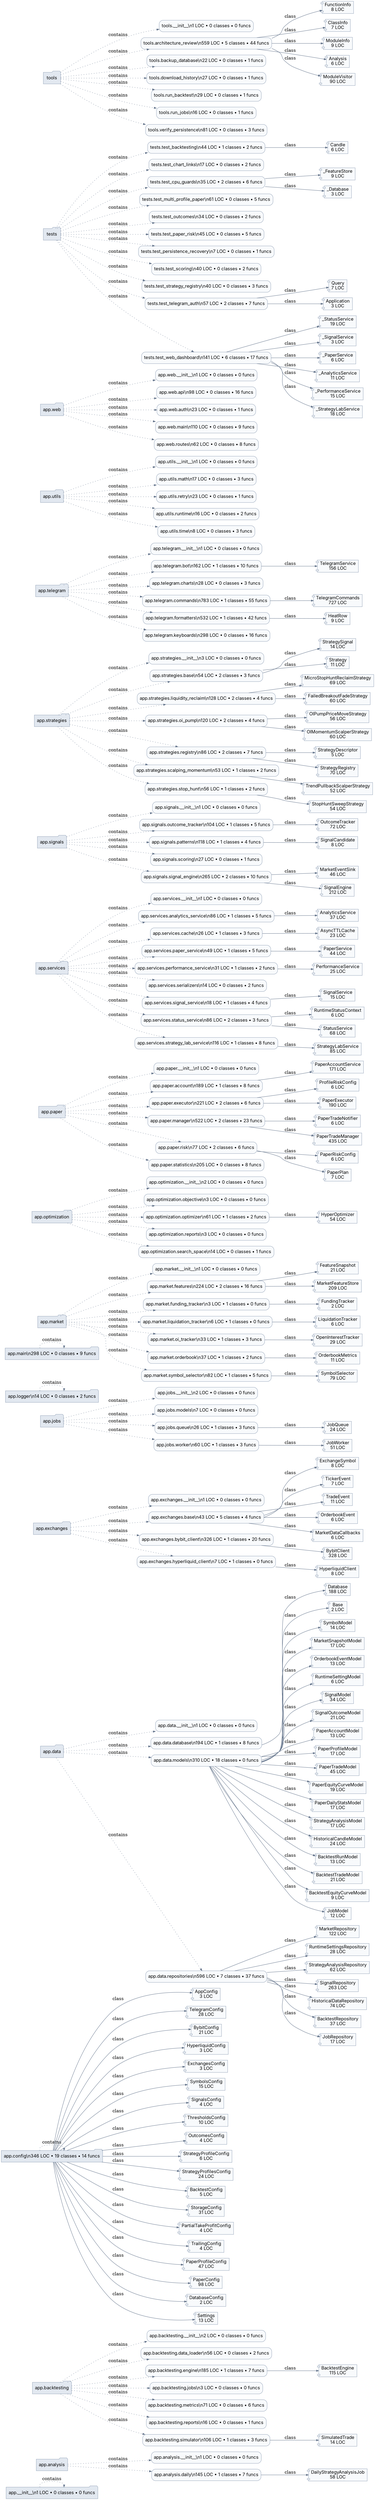
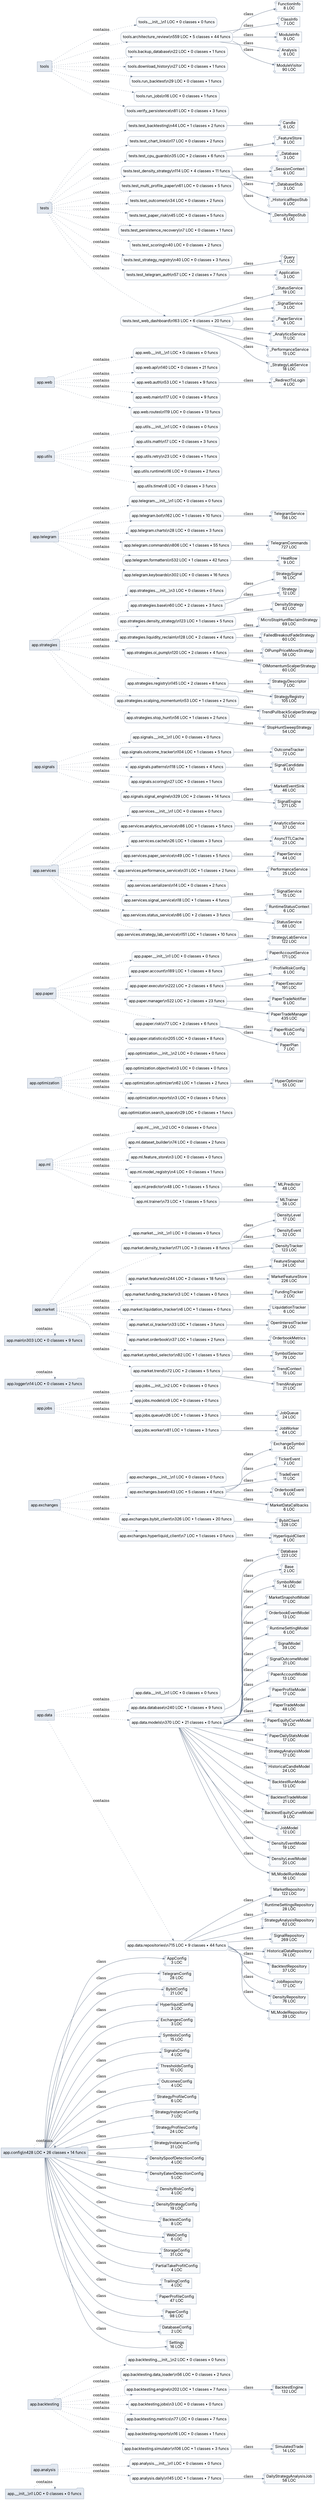
digraph architecture {
  graph [rankdir=LR, bgcolor="white", splines=true];
  node [shape=box, style="rounded,filled", fillcolor="#f8fafc", color="#94a3b8", fontname="Inter"];
  edge [color="#64748b", arrowsize=0.7];
  "app.__init__" [shape=folder, fillcolor="#e2e8f0"];
  "app.analysis" [shape=folder, fillcolor="#e2e8f0"];
  "app.backtesting" [shape=folder, fillcolor="#e2e8f0"];
  "app.config" [shape=folder, fillcolor="#e2e8f0"];
  "app.data" [shape=folder, fillcolor="#e2e8f0"];
  "app.exchanges" [shape=folder, fillcolor="#e2e8f0"];
  "app.jobs" [shape=folder, fillcolor="#e2e8f0"];
  "app.logger" [shape=folder, fillcolor="#e2e8f0"];
  "app.main" [shape=folder, fillcolor="#e2e8f0"];
  "app.market" [shape=folder, fillcolor="#e2e8f0"];
+   "app.ml" [shape=folder, fillcolor="#e2e8f0"];
  "app.optimization" [shape=folder, fillcolor="#e2e8f0"];
  "app.paper" [shape=folder, fillcolor="#e2e8f0"];
  "app.services" [shape=folder, fillcolor="#e2e8f0"];
  "app.signals" [shape=folder, fillcolor="#e2e8f0"];
  "app.strategies" [shape=folder, fillcolor="#e2e8f0"];
  "app.telegram" [shape=folder, fillcolor="#e2e8f0"];
  "app.utils" [shape=folder, fillcolor="#e2e8f0"];
  "app.web" [shape=folder, fillcolor="#e2e8f0"];
  "tests" [shape=folder, fillcolor="#e2e8f0"];
  "tools" [shape=folder, fillcolor="#e2e8f0"];
  "app.__init__" [label="app.__init__\\n1 LOC • 0 classes • 0 funcs"];
  "app.__init__" -> "app.__init__" [style=dotted, label="contains"];
  "app.analysis.__init__" [label="app.analysis.__init__\\n1 LOC • 0 classes • 0 funcs"];
  "app.analysis" -> "app.analysis.__init__" [style=dotted, label="contains"];
  "app.analysis.daily" [label="app.analysis.daily\\n145 LOC • 1 classes • 7 funcs"];
  "app.analysis" -> "app.analysis.daily" [style=dotted, label="contains"];
  "app.analysis.daily.DailyStrategyAnalysisJob" [shape=component, label="DailyStrategyAnalysisJob\n58 LOC"];
  "app.analysis.daily" -> "app.analysis.daily.DailyStrategyAnalysisJob" [label="class"];
  "app.backtesting.__init__" [label="app.backtesting.__init__\\n2 LOC • 0 classes • 0 funcs"];
  "app.backtesting" -> "app.backtesting.__init__" [style=dotted, label="contains"];
  "app.backtesting.data_loader" [label="app.backtesting.data_loader\\n56 LOC • 0 classes • 2 funcs"];
  "app.backtesting" -> "app.backtesting.data_loader" [style=dotted, label="contains"];
-   "app.backtesting.engine" [label="app.backtesting.engine\\n185 LOC • 1 classes • 7 funcs"];
+   "app.backtesting.engine" [label="app.backtesting.engine\\n202 LOC • 1 classes • 7 funcs"];
  "app.backtesting" -> "app.backtesting.engine" [style=dotted, label="contains"];
-   "app.backtesting.engine.BacktestEngine" [shape=component, label="BacktestEngine\n115 LOC"];
+   "app.backtesting.engine.BacktestEngine" [shape=component, label="BacktestEngine\n132 LOC"];
  "app.backtesting.engine" -> "app.backtesting.engine.BacktestEngine" [label="class"];
  "app.backtesting.jobs" [label="app.backtesting.jobs\\n3 LOC • 0 classes • 0 funcs"];
  "app.backtesting" -> "app.backtesting.jobs" [style=dotted, label="contains"];
-   "app.backtesting.metrics" [label="app.backtesting.metrics\\n71 LOC • 0 classes • 6 funcs"];
+   "app.backtesting.metrics" [label="app.backtesting.metrics\\n77 LOC • 0 classes • 7 funcs"];
  "app.backtesting" -> "app.backtesting.metrics" [style=dotted, label="contains"];
  "app.backtesting.reports" [label="app.backtesting.reports\\n16 LOC • 0 classes • 1 funcs"];
  "app.backtesting" -> "app.backtesting.reports" [style=dotted, label="contains"];
  "app.backtesting.simulator" [label="app.backtesting.simulator\\n106 LOC • 1 classes • 3 funcs"];
  "app.backtesting" -> "app.backtesting.simulator" [style=dotted, label="contains"];
  "app.backtesting.simulator.SimulatedTrade" [shape=component, label="SimulatedTrade\n14 LOC"];
  "app.backtesting.simulator" -> "app.backtesting.simulator.SimulatedTrade" [label="class"];
-   "app.config" [label="app.config\\n346 LOC • 19 classes • 14 funcs"];
+   "app.config" [label="app.config\\n428 LOC • 26 classes • 14 funcs"];
  "app.config" -> "app.config" [style=dotted, label="contains"];
  "app.config.AppConfig" [shape=component, label="AppConfig\n3 LOC"];
  "app.config" -> "app.config.AppConfig" [label="class"];
  "app.config.TelegramConfig" [shape=component, label="TelegramConfig\n28 LOC"];
  "app.config" -> "app.config.TelegramConfig" [label="class"];
  "app.config.BybitConfig" [shape=component, label="BybitConfig\n21 LOC"];
  "app.config" -> "app.config.BybitConfig" [label="class"];
  "app.config.HyperliquidConfig" [shape=component, label="HyperliquidConfig\n3 LOC"];
  "app.config" -> "app.config.HyperliquidConfig" [label="class"];
  "app.config.ExchangesConfig" [shape=component, label="ExchangesConfig\n3 LOC"];
  "app.config" -> "app.config.ExchangesConfig" [label="class"];
  "app.config.SymbolsConfig" [shape=component, label="SymbolsConfig\n15 LOC"];
  "app.config" -> "app.config.SymbolsConfig" [label="class"];
  "app.config.SignalsConfig" [shape=component, label="SignalsConfig\n4 LOC"];
  "app.config" -> "app.config.SignalsConfig" [label="class"];
  "app.config.ThresholdsConfig" [shape=component, label="ThresholdsConfig\n10 LOC"];
  "app.config" -> "app.config.ThresholdsConfig" [label="class"];
  "app.config.OutcomesConfig" [shape=component, label="OutcomesConfig\n4 LOC"];
  "app.config" -> "app.config.OutcomesConfig" [label="class"];
  "app.config.StrategyProfileConfig" [shape=component, label="StrategyProfileConfig\n6 LOC"];
  "app.config" -> "app.config.StrategyProfileConfig" [label="class"];
+   "app.config.StrategyInstanceConfig" [shape=component, label="StrategyInstanceConfig\n7 LOC"];
+   "app.config" -> "app.config.StrategyInstanceConfig" [label="class"];
  "app.config.StrategyProfilesConfig" [shape=component, label="StrategyProfilesConfig\n24 LOC"];
  "app.config" -> "app.config.StrategyProfilesConfig" [label="class"];
-   "app.config.BacktestConfig" [shape=component, label="BacktestConfig\n5 LOC"];
+   "app.config.StrategyInstancesConfig" [shape=component, label="StrategyInstancesConfig\n31 LOC"];
+   "app.config" -> "app.config.StrategyInstancesConfig" [label="class"];
+   "app.config.DensitySpoofDetectionConfig" [shape=component, label="DensitySpoofDetectionConfig\n4 LOC"];
+   "app.config" -> "app.config.DensitySpoofDetectionConfig" [label="class"];
+   "app.config.DensityEatenDetectionConfig" [shape=component, label="DensityEatenDetectionConfig\n5 LOC"];
+   "app.config" -> "app.config.DensityEatenDetectionConfig" [label="class"];
+   "app.config.DensityRiskConfig" [shape=component, label="DensityRiskConfig\n4 LOC"];
+   "app.config" -> "app.config.DensityRiskConfig" [label="class"];
+   "app.config.DensityStrategyConfig" [shape=component, label="DensityStrategyConfig\n19 LOC"];
+   "app.config" -> "app.config.DensityStrategyConfig" [label="class"];
+   "app.config.BacktestConfig" [shape=component, label="BacktestConfig\n8 LOC"];
  "app.config" -> "app.config.BacktestConfig" [label="class"];
+   "app.config.WebConfig" [shape=component, label="WebConfig\n6 LOC"];
+   "app.config" -> "app.config.WebConfig" [label="class"];
  "app.config.StorageConfig" [shape=component, label="StorageConfig\n31 LOC"];
  "app.config" -> "app.config.StorageConfig" [label="class"];
  "app.config.PartialTakeProfitConfig" [shape=component, label="PartialTakeProfitConfig\n4 LOC"];
  "app.config" -> "app.config.PartialTakeProfitConfig" [label="class"];
  "app.config.TrailingConfig" [shape=component, label="TrailingConfig\n4 LOC"];
  "app.config" -> "app.config.TrailingConfig" [label="class"];
  "app.config.PaperProfileConfig" [shape=component, label="PaperProfileConfig\n47 LOC"];
  "app.config" -> "app.config.PaperProfileConfig" [label="class"];
  "app.config.PaperConfig" [shape=component, label="PaperConfig\n98 LOC"];
  "app.config" -> "app.config.PaperConfig" [label="class"];
  "app.config.DatabaseConfig" [shape=component, label="DatabaseConfig\n2 LOC"];
  "app.config" -> "app.config.DatabaseConfig" [label="class"];
-   "app.config.Settings" [shape=component, label="Settings\n13 LOC"];
+   "app.config.Settings" [shape=component, label="Settings\n16 LOC"];
  "app.config" -> "app.config.Settings" [label="class"];
  "app.data.__init__" [label="app.data.__init__\\n1 LOC • 0 classes • 0 funcs"];
  "app.data" -> "app.data.__init__" [style=dotted, label="contains"];
-   "app.data.database" [label="app.data.database\\n194 LOC • 1 classes • 8 funcs"];
+   "app.data.database" [label="app.data.database\\n240 LOC • 1 classes • 9 funcs"];
  "app.data" -> "app.data.database" [style=dotted, label="contains"];
-   "app.data.database.Database" [shape=component, label="Database\n188 LOC"];
+   "app.data.database.Database" [shape=component, label="Database\n223 LOC"];
  "app.data.database" -> "app.data.database.Database" [label="class"];
-   "app.data.models" [label="app.data.models\\n310 LOC • 18 classes • 0 funcs"];
+   "app.data.models" [label="app.data.models\\n370 LOC • 21 classes • 0 funcs"];
  "app.data" -> "app.data.models" [style=dotted, label="contains"];
  "app.data.models.Base" [shape=component, label="Base\n2 LOC"];
  "app.data.models" -> "app.data.models.Base" [label="class"];
  "app.data.models.SymbolModel" [shape=component, label="SymbolModel\n14 LOC"];
  "app.data.models" -> "app.data.models.SymbolModel" [label="class"];
  "app.data.models.MarketSnapshotModel" [shape=component, label="MarketSnapshotModel\n17 LOC"];
  "app.data.models" -> "app.data.models.MarketSnapshotModel" [label="class"];
  "app.data.models.OrderbookEventModel" [shape=component, label="OrderbookEventModel\n13 LOC"];
  "app.data.models" -> "app.data.models.OrderbookEventModel" [label="class"];
  "app.data.models.RuntimeSettingModel" [shape=component, label="RuntimeSettingModel\n6 LOC"];
  "app.data.models" -> "app.data.models.RuntimeSettingModel" [label="class"];
-   "app.data.models.SignalModel" [shape=component, label="SignalModel\n34 LOC"];
+   "app.data.models.SignalModel" [shape=component, label="SignalModel\n39 LOC"];
  "app.data.models" -> "app.data.models.SignalModel" [label="class"];
  "app.data.models.SignalOutcomeModel" [shape=component, label="SignalOutcomeModel\n21 LOC"];
  "app.data.models" -> "app.data.models.SignalOutcomeModel" [label="class"];
  "app.data.models.PaperAccountModel" [shape=component, label="PaperAccountModel\n13 LOC"];
  "app.data.models" -> "app.data.models.PaperAccountModel" [label="class"];
  "app.data.models.PaperProfileModel" [shape=component, label="PaperProfileModel\n17 LOC"];
  "app.data.models" -> "app.data.models.PaperProfileModel" [label="class"];
-   "app.data.models.PaperTradeModel" [shape=component, label="PaperTradeModel\n45 LOC"];
+   "app.data.models.PaperTradeModel" [shape=component, label="PaperTradeModel\n48 LOC"];
  "app.data.models" -> "app.data.models.PaperTradeModel" [label="class"];
  "app.data.models.PaperEquityCurveModel" [shape=component, label="PaperEquityCurveModel\n19 LOC"];
  "app.data.models" -> "app.data.models.PaperEquityCurveModel" [label="class"];
  "app.data.models.PaperDailyStatsModel" [shape=component, label="PaperDailyStatsModel\n17 LOC"];
  "app.data.models" -> "app.data.models.PaperDailyStatsModel" [label="class"];
  "app.data.models.StrategyAnalysisModel" [shape=component, label="StrategyAnalysisModel\n17 LOC"];
  "app.data.models" -> "app.data.models.StrategyAnalysisModel" [label="class"];
  "app.data.models.HistoricalCandleModel" [shape=component, label="HistoricalCandleModel\n24 LOC"];
  "app.data.models" -> "app.data.models.HistoricalCandleModel" [label="class"];
  "app.data.models.BacktestRunModel" [shape=component, label="BacktestRunModel\n13 LOC"];
  "app.data.models" -> "app.data.models.BacktestRunModel" [label="class"];
  "app.data.models.BacktestTradeModel" [shape=component, label="BacktestTradeModel\n21 LOC"];
  "app.data.models" -> "app.data.models.BacktestTradeModel" [label="class"];
  "app.data.models.BacktestEquityCurveModel" [shape=component, label="BacktestEquityCurveModel\n9 LOC"];
  "app.data.models" -> "app.data.models.BacktestEquityCurveModel" [label="class"];
  "app.data.models.JobModel" [shape=component, label="JobModel\n12 LOC"];
  "app.data.models" -> "app.data.models.JobModel" [label="class"];
-   "app.data.repositories" [label="app.data.repositories\\n596 LOC • 7 classes • 37 funcs"];
+   "app.data.models.DensityEventModel" [shape=component, label="DensityEventModel\n19 LOC"];
+   "app.data.models" -> "app.data.models.DensityEventModel" [label="class"];
+   "app.data.models.DensityLevelModel" [shape=component, label="DensityLevelModel\n20 LOC"];
+   "app.data.models" -> "app.data.models.DensityLevelModel" [label="class"];
+   "app.data.models.MLModelRunModel" [shape=component, label="MLModelRunModel\n16 LOC"];
+   "app.data.models" -> "app.data.models.MLModelRunModel" [label="class"];
+   "app.data.repositories" [label="app.data.repositories\\n715 LOC • 9 classes • 44 funcs"];
  "app.data" -> "app.data.repositories" [style=dotted, label="contains"];
  "app.data.repositories.MarketRepository" [shape=component, label="MarketRepository\n122 LOC"];
  "app.data.repositories" -> "app.data.repositories.MarketRepository" [label="class"];
  "app.data.repositories.RuntimeSettingsRepository" [shape=component, label="RuntimeSettingsRepository\n28 LOC"];
  "app.data.repositories" -> "app.data.repositories.RuntimeSettingsRepository" [label="class"];
  "app.data.repositories.StrategyAnalysisRepository" [shape=component, label="StrategyAnalysisRepository\n62 LOC"];
  "app.data.repositories" -> "app.data.repositories.StrategyAnalysisRepository" [label="class"];
-   "app.data.repositories.SignalRepository" [shape=component, label="SignalRepository\n263 LOC"];
+   "app.data.repositories.SignalRepository" [shape=component, label="SignalRepository\n269 LOC"];
  "app.data.repositories" -> "app.data.repositories.SignalRepository" [label="class"];
  "app.data.repositories.HistoricalDataRepository" [shape=component, label="HistoricalDataRepository\n74 LOC"];
  "app.data.repositories" -> "app.data.repositories.HistoricalDataRepository" [label="class"];
  "app.data.repositories.BacktestRepository" [shape=component, label="BacktestRepository\n37 LOC"];
  "app.data.repositories" -> "app.data.repositories.BacktestRepository" [label="class"];
  "app.data.repositories.JobRepository" [shape=component, label="JobRepository\n17 LOC"];
  "app.data.repositories" -> "app.data.repositories.JobRepository" [label="class"];
+   "app.data.repositories.DensityRepository" [shape=component, label="DensityRepository\n76 LOC"];
+   "app.data.repositories" -> "app.data.repositories.DensityRepository" [label="class"];
+   "app.data.repositories.MLModelRepository" [shape=component, label="MLModelRepository\n39 LOC"];
+   "app.data.repositories" -> "app.data.repositories.MLModelRepository" [label="class"];
  "app.exchanges.__init__" [label="app.exchanges.__init__\\n1 LOC • 0 classes • 0 funcs"];
  "app.exchanges" -> "app.exchanges.__init__" [style=dotted, label="contains"];
  "app.exchanges.base" [label="app.exchanges.base\\n43 LOC • 5 classes • 4 funcs"];
  "app.exchanges" -> "app.exchanges.base" [style=dotted, label="contains"];
  "app.exchanges.base.ExchangeSymbol" [shape=component, label="ExchangeSymbol\n8 LOC"];
  "app.exchanges.base" -> "app.exchanges.base.ExchangeSymbol" [label="class"];
  "app.exchanges.base.TickerEvent" [shape=component, label="TickerEvent\n7 LOC"];
  "app.exchanges.base" -> "app.exchanges.base.TickerEvent" [label="class"];
  "app.exchanges.base.TradeEvent" [shape=component, label="TradeEvent\n11 LOC"];
  "app.exchanges.base" -> "app.exchanges.base.TradeEvent" [label="class"];
  "app.exchanges.base.OrderbookEvent" [shape=component, label="OrderbookEvent\n6 LOC"];
  "app.exchanges.base" -> "app.exchanges.base.OrderbookEvent" [label="class"];
  "app.exchanges.base.MarketDataCallbacks" [shape=component, label="MarketDataCallbacks\n6 LOC"];
  "app.exchanges.base" -> "app.exchanges.base.MarketDataCallbacks" [label="class"];
  "app.exchanges.bybit_client" [label="app.exchanges.bybit_client\\n326 LOC • 1 classes • 20 funcs"];
  "app.exchanges" -> "app.exchanges.bybit_client" [style=dotted, label="contains"];
  "app.exchanges.bybit_client.BybitClient" [shape=component, label="BybitClient\n328 LOC"];
  "app.exchanges.bybit_client" -> "app.exchanges.bybit_client.BybitClient" [label="class"];
  "app.exchanges.hyperliquid_client" [label="app.exchanges.hyperliquid_client\\n7 LOC • 1 classes • 0 funcs"];
  "app.exchanges" -> "app.exchanges.hyperliquid_client" [style=dotted, label="contains"];
  "app.exchanges.hyperliquid_client.HyperliquidClient" [shape=component, label="HyperliquidClient\n8 LOC"];
  "app.exchanges.hyperliquid_client" -> "app.exchanges.hyperliquid_client.HyperliquidClient" [label="class"];
  "app.jobs.__init__" [label="app.jobs.__init__\\n2 LOC • 0 classes • 0 funcs"];
  "app.jobs" -> "app.jobs.__init__" [style=dotted, label="contains"];
-   "app.jobs.models" [label="app.jobs.models\\n7 LOC • 0 classes • 0 funcs"];
+   "app.jobs.models" [label="app.jobs.models\\n9 LOC • 0 classes • 0 funcs"];
  "app.jobs" -> "app.jobs.models" [style=dotted, label="contains"];
  "app.jobs.queue" [label="app.jobs.queue\\n26 LOC • 1 classes • 3 funcs"];
  "app.jobs" -> "app.jobs.queue" [style=dotted, label="contains"];
  "app.jobs.queue.JobQueue" [shape=component, label="JobQueue\n24 LOC"];
  "app.jobs.queue" -> "app.jobs.queue.JobQueue" [label="class"];
-   "app.jobs.worker" [label="app.jobs.worker\\n60 LOC • 1 classes • 3 funcs"];
+   "app.jobs.worker" [label="app.jobs.worker\\n81 LOC • 1 classes • 3 funcs"];
  "app.jobs" -> "app.jobs.worker" [style=dotted, label="contains"];
-   "app.jobs.worker.JobWorker" [shape=component, label="JobWorker\n51 LOC"];
+   "app.jobs.worker.JobWorker" [shape=component, label="JobWorker\n64 LOC"];
  "app.jobs.worker" -> "app.jobs.worker.JobWorker" [label="class"];
  "app.logger" [label="app.logger\\n14 LOC • 0 classes • 2 funcs"];
  "app.logger" -> "app.logger" [style=dotted, label="contains"];
-   "app.main" [label="app.main\\n298 LOC • 0 classes • 9 funcs"];
+   "app.main" [label="app.main\\n303 LOC • 0 classes • 9 funcs"];
  "app.main" -> "app.main" [style=dotted, label="contains"];
  "app.market.__init__" [label="app.market.__init__\\n1 LOC • 0 classes • 0 funcs"];
  "app.market" -> "app.market.__init__" [style=dotted, label="contains"];
-   "app.market.features" [label="app.market.features\\n224 LOC • 2 classes • 16 funcs"];
+   "app.market.density_tracker" [label="app.market.density_tracker\\n171 LOC • 3 classes • 8 funcs"];
+   "app.market" -> "app.market.density_tracker" [style=dotted, label="contains"];
+   "app.market.density_tracker.DensityLevel" [shape=component, label="DensityLevel\n17 LOC"];
+   "app.market.density_tracker" -> "app.market.density_tracker.DensityLevel" [label="class"];
+   "app.market.density_tracker.DensityEvent" [shape=component, label="DensityEvent\n32 LOC"];
+   "app.market.density_tracker" -> "app.market.density_tracker.DensityEvent" [label="class"];
+   "app.market.density_tracker.DensityTracker" [shape=component, label="DensityTracker\n123 LOC"];
+   "app.market.density_tracker" -> "app.market.density_tracker.DensityTracker" [label="class"];
+   "app.market.features" [label="app.market.features\\n244 LOC • 2 classes • 18 funcs"];
  "app.market" -> "app.market.features" [style=dotted, label="contains"];
-   "app.market.features.FeatureSnapshot" [shape=component, label="FeatureSnapshot\n21 LOC"];
+   "app.market.features.FeatureSnapshot" [shape=component, label="FeatureSnapshot\n24 LOC"];
  "app.market.features" -> "app.market.features.FeatureSnapshot" [label="class"];
-   "app.market.features.MarketFeatureStore" [shape=component, label="MarketFeatureStore\n209 LOC"];
+   "app.market.features.MarketFeatureStore" [shape=component, label="MarketFeatureStore\n226 LOC"];
  "app.market.features" -> "app.market.features.MarketFeatureStore" [label="class"];
  "app.market.funding_tracker" [label="app.market.funding_tracker\\n3 LOC • 1 classes • 0 funcs"];
  "app.market" -> "app.market.funding_tracker" [style=dotted, label="contains"];
  "app.market.funding_tracker.FundingTracker" [shape=component, label="FundingTracker\n2 LOC"];
  "app.market.funding_tracker" -> "app.market.funding_tracker.FundingTracker" [label="class"];
  "app.market.liquidation_tracker" [label="app.market.liquidation_tracker\\n6 LOC • 1 classes • 0 funcs"];
  "app.market" -> "app.market.liquidation_tracker" [style=dotted, label="contains"];
  "app.market.liquidation_tracker.LiquidationTracker" [shape=component, label="LiquidationTracker\n6 LOC"];
  "app.market.liquidation_tracker" -> "app.market.liquidation_tracker.LiquidationTracker" [label="class"];
  "app.market.oi_tracker" [label="app.market.oi_tracker\\n33 LOC • 1 classes • 3 funcs"];
  "app.market" -> "app.market.oi_tracker" [style=dotted, label="contains"];
  "app.market.oi_tracker.OpenInterestTracker" [shape=component, label="OpenInterestTracker\n29 LOC"];
  "app.market.oi_tracker" -> "app.market.oi_tracker.OpenInterestTracker" [label="class"];
  "app.market.orderbook" [label="app.market.orderbook\\n37 LOC • 1 classes • 2 funcs"];
  "app.market" -> "app.market.orderbook" [style=dotted, label="contains"];
  "app.market.orderbook.OrderbookMetrics" [shape=component, label="OrderbookMetrics\n11 LOC"];
  "app.market.orderbook" -> "app.market.orderbook.OrderbookMetrics" [label="class"];
  "app.market.symbol_selector" [label="app.market.symbol_selector\\n82 LOC • 1 classes • 5 funcs"];
  "app.market" -> "app.market.symbol_selector" [style=dotted, label="contains"];
  "app.market.symbol_selector.SymbolSelector" [shape=component, label="SymbolSelector\n79 LOC"];
  "app.market.symbol_selector" -> "app.market.symbol_selector.SymbolSelector" [label="class"];
+   "app.market.trend" [label="app.market.trend\\n72 LOC • 2 classes • 5 funcs"];
+   "app.market" -> "app.market.trend" [style=dotted, label="contains"];
+   "app.market.trend.TrendContext" [shape=component, label="TrendContext\n15 LOC"];
+   "app.market.trend" -> "app.market.trend.TrendContext" [label="class"];
+   "app.market.trend.TrendAnalyzer" [shape=component, label="TrendAnalyzer\n21 LOC"];
+   "app.market.trend" -> "app.market.trend.TrendAnalyzer" [label="class"];
+   "app.ml.__init__" [label="app.ml.__init__\\n2 LOC • 0 classes • 0 funcs"];
+   "app.ml" -> "app.ml.__init__" [style=dotted, label="contains"];
+   "app.ml.dataset_builder" [label="app.ml.dataset_builder\\n74 LOC • 0 classes • 2 funcs"];
+   "app.ml" -> "app.ml.dataset_builder" [style=dotted, label="contains"];
+   "app.ml.feature_store" [label="app.ml.feature_store\\n3 LOC • 0 classes • 0 funcs"];
+   "app.ml" -> "app.ml.feature_store" [style=dotted, label="contains"];
+   "app.ml.model_registry" [label="app.ml.model_registry\\n4 LOC • 0 classes • 1 funcs"];
+   "app.ml" -> "app.ml.model_registry" [style=dotted, label="contains"];
+   "app.ml.predictor" [label="app.ml.predictor\\n48 LOC • 1 classes • 5 funcs"];
+   "app.ml" -> "app.ml.predictor" [style=dotted, label="contains"];
+   "app.ml.predictor.MLPredictor" [shape=component, label="MLPredictor\n48 LOC"];
+   "app.ml.predictor" -> "app.ml.predictor.MLPredictor" [label="class"];
+   "app.ml.trainer" [label="app.ml.trainer\\n73 LOC • 1 classes • 5 funcs"];
+   "app.ml" -> "app.ml.trainer" [style=dotted, label="contains"];
+   "app.ml.trainer.MLTrainer" [shape=component, label="MLTrainer\n36 LOC"];
+   "app.ml.trainer" -> "app.ml.trainer.MLTrainer" [label="class"];
  "app.optimization.__init__" [label="app.optimization.__init__\\n2 LOC • 0 classes • 0 funcs"];
  "app.optimization" -> "app.optimization.__init__" [style=dotted, label="contains"];
  "app.optimization.objective" [label="app.optimization.objective\\n3 LOC • 0 classes • 0 funcs"];
  "app.optimization" -> "app.optimization.objective" [style=dotted, label="contains"];
-   "app.optimization.optimizer" [label="app.optimization.optimizer\\n61 LOC • 1 classes • 2 funcs"];
+   "app.optimization.optimizer" [label="app.optimization.optimizer\\n62 LOC • 1 classes • 2 funcs"];
  "app.optimization" -> "app.optimization.optimizer" [style=dotted, label="contains"];
-   "app.optimization.optimizer.HyperOptimizer" [shape=component, label="HyperOptimizer\n54 LOC"];
+   "app.optimization.optimizer.HyperOptimizer" [shape=component, label="HyperOptimizer\n55 LOC"];
  "app.optimization.optimizer" -> "app.optimization.optimizer.HyperOptimizer" [label="class"];
  "app.optimization.reports" [label="app.optimization.reports\\n3 LOC • 0 classes • 0 funcs"];
  "app.optimization" -> "app.optimization.reports" [style=dotted, label="contains"];
-   "app.optimization.search_space" [label="app.optimization.search_space\\n14 LOC • 0 classes • 1 funcs"];
+   "app.optimization.search_space" [label="app.optimization.search_space\\n29 LOC • 0 classes • 1 funcs"];
  "app.optimization" -> "app.optimization.search_space" [style=dotted, label="contains"];
  "app.paper.__init__" [label="app.paper.__init__\\n1 LOC • 0 classes • 0 funcs"];
  "app.paper" -> "app.paper.__init__" [style=dotted, label="contains"];
  "app.paper.account" [label="app.paper.account\\n189 LOC • 1 classes • 8 funcs"];
  "app.paper" -> "app.paper.account" [style=dotted, label="contains"];
  "app.paper.account.PaperAccountService" [shape=component, label="PaperAccountService\n171 LOC"];
  "app.paper.account" -> "app.paper.account.PaperAccountService" [label="class"];
-   "app.paper.executor" [label="app.paper.executor\\n221 LOC • 2 classes • 6 funcs"];
+   "app.paper.executor" [label="app.paper.executor\\n222 LOC • 2 classes • 6 funcs"];
  "app.paper" -> "app.paper.executor" [style=dotted, label="contains"];
  "app.paper.executor.ProfileRiskConfig" [shape=component, label="ProfileRiskConfig\n6 LOC"];
  "app.paper.executor" -> "app.paper.executor.ProfileRiskConfig" [label="class"];
-   "app.paper.executor.PaperExecutor" [shape=component, label="PaperExecutor\n190 LOC"];
+   "app.paper.executor.PaperExecutor" [shape=component, label="PaperExecutor\n191 LOC"];
  "app.paper.executor" -> "app.paper.executor.PaperExecutor" [label="class"];
  "app.paper.manager" [label="app.paper.manager\\n522 LOC • 2 classes • 23 funcs"];
  "app.paper" -> "app.paper.manager" [style=dotted, label="contains"];
  "app.paper.manager.PaperTradeNotifier" [shape=component, label="PaperTradeNotifier\n6 LOC"];
  "app.paper.manager" -> "app.paper.manager.PaperTradeNotifier" [label="class"];
  "app.paper.manager.PaperTradeManager" [shape=component, label="PaperTradeManager\n435 LOC"];
  "app.paper.manager" -> "app.paper.manager.PaperTradeManager" [label="class"];
  "app.paper.risk" [label="app.paper.risk\\n77 LOC • 2 classes • 6 funcs"];
  "app.paper" -> "app.paper.risk" [style=dotted, label="contains"];
  "app.paper.risk.PaperRiskConfig" [shape=component, label="PaperRiskConfig\n6 LOC"];
  "app.paper.risk" -> "app.paper.risk.PaperRiskConfig" [label="class"];
  "app.paper.risk.PaperPlan" [shape=component, label="PaperPlan\n7 LOC"];
  "app.paper.risk" -> "app.paper.risk.PaperPlan" [label="class"];
  "app.paper.statistics" [label="app.paper.statistics\\n205 LOC • 0 classes • 8 funcs"];
  "app.paper" -> "app.paper.statistics" [style=dotted, label="contains"];
  "app.services.__init__" [label="app.services.__init__\\n1 LOC • 0 classes • 0 funcs"];
  "app.services" -> "app.services.__init__" [style=dotted, label="contains"];
  "app.services.analytics_service" [label="app.services.analytics_service\\n86 LOC • 1 classes • 5 funcs"];
  "app.services" -> "app.services.analytics_service" [style=dotted, label="contains"];
  "app.services.analytics_service.AnalyticsService" [shape=component, label="AnalyticsService\n37 LOC"];
  "app.services.analytics_service" -> "app.services.analytics_service.AnalyticsService" [label="class"];
  "app.services.cache" [label="app.services.cache\\n26 LOC • 1 classes • 3 funcs"];
  "app.services" -> "app.services.cache" [style=dotted, label="contains"];
  "app.services.cache.AsyncTTLCache" [shape=component, label="AsyncTTLCache\n23 LOC"];
  "app.services.cache" -> "app.services.cache.AsyncTTLCache" [label="class"];
  "app.services.paper_service" [label="app.services.paper_service\\n49 LOC • 1 classes • 5 funcs"];
  "app.services" -> "app.services.paper_service" [style=dotted, label="contains"];
  "app.services.paper_service.PaperService" [shape=component, label="PaperService\n44 LOC"];
  "app.services.paper_service" -> "app.services.paper_service.PaperService" [label="class"];
  "app.services.performance_service" [label="app.services.performance_service\\n31 LOC • 1 classes • 2 funcs"];
  "app.services" -> "app.services.performance_service" [style=dotted, label="contains"];
  "app.services.performance_service.PerformanceService" [shape=component, label="PerformanceService\n25 LOC"];
  "app.services.performance_service" -> "app.services.performance_service.PerformanceService" [label="class"];
  "app.services.serializers" [label="app.services.serializers\\n14 LOC • 0 classes • 2 funcs"];
  "app.services" -> "app.services.serializers" [style=dotted, label="contains"];
  "app.services.signal_service" [label="app.services.signal_service\\n18 LOC • 1 classes • 4 funcs"];
  "app.services" -> "app.services.signal_service" [style=dotted, label="contains"];
  "app.services.signal_service.SignalService" [shape=component, label="SignalService\n15 LOC"];
  "app.services.signal_service" -> "app.services.signal_service.SignalService" [label="class"];
  "app.services.status_service" [label="app.services.status_service\\n86 LOC • 2 classes • 3 funcs"];
  "app.services" -> "app.services.status_service" [style=dotted, label="contains"];
  "app.services.status_service.RuntimeStatusContext" [shape=component, label="RuntimeStatusContext\n6 LOC"];
  "app.services.status_service" -> "app.services.status_service.RuntimeStatusContext" [label="class"];
  "app.services.status_service.StatusService" [shape=component, label="StatusService\n68 LOC"];
  "app.services.status_service" -> "app.services.status_service.StatusService" [label="class"];
-   "app.services.strategy_lab_service" [label="app.services.strategy_lab_service\\n116 LOC • 1 classes • 8 funcs"];
+   "app.services.strategy_lab_service" [label="app.services.strategy_lab_service\\n151 LOC • 1 classes • 10 funcs"];
  "app.services" -> "app.services.strategy_lab_service" [style=dotted, label="contains"];
-   "app.services.strategy_lab_service.StrategyLabService" [shape=component, label="StrategyLabService\n85 LOC"];
+   "app.services.strategy_lab_service.StrategyLabService" [shape=component, label="StrategyLabService\n122 LOC"];
  "app.services.strategy_lab_service" -> "app.services.strategy_lab_service.StrategyLabService" [label="class"];
  "app.signals.__init__" [label="app.signals.__init__\\n1 LOC • 0 classes • 0 funcs"];
  "app.signals" -> "app.signals.__init__" [style=dotted, label="contains"];
  "app.signals.outcome_tracker" [label="app.signals.outcome_tracker\\n104 LOC • 1 classes • 5 funcs"];
  "app.signals" -> "app.signals.outcome_tracker" [style=dotted, label="contains"];
  "app.signals.outcome_tracker.OutcomeTracker" [shape=component, label="OutcomeTracker\n72 LOC"];
  "app.signals.outcome_tracker" -> "app.signals.outcome_tracker.OutcomeTracker" [label="class"];
  "app.signals.patterns" [label="app.signals.patterns\\n118 LOC • 1 classes • 4 funcs"];
  "app.signals" -> "app.signals.patterns" [style=dotted, label="contains"];
  "app.signals.patterns.SignalCandidate" [shape=component, label="SignalCandidate\n8 LOC"];
  "app.signals.patterns" -> "app.signals.patterns.SignalCandidate" [label="class"];
  "app.signals.scoring" [label="app.signals.scoring\\n27 LOC • 0 classes • 1 funcs"];
  "app.signals" -> "app.signals.scoring" [style=dotted, label="contains"];
-   "app.signals.signal_engine" [label="app.signals.signal_engine\\n265 LOC • 2 classes • 10 funcs"];
+   "app.signals.signal_engine" [label="app.signals.signal_engine\\n329 LOC • 2 classes • 14 funcs"];
  "app.signals" -> "app.signals.signal_engine" [style=dotted, label="contains"];
  "app.signals.signal_engine.MarketEventSink" [shape=component, label="MarketEventSink\n46 LOC"];
  "app.signals.signal_engine" -> "app.signals.signal_engine.MarketEventSink" [label="class"];
-   "app.signals.signal_engine.SignalEngine" [shape=component, label="SignalEngine\n212 LOC"];
+   "app.signals.signal_engine.SignalEngine" [shape=component, label="SignalEngine\n271 LOC"];
  "app.signals.signal_engine" -> "app.signals.signal_engine.SignalEngine" [label="class"];
  "app.strategies.__init__" [label="app.strategies.__init__\\n3 LOC • 0 classes • 0 funcs"];
  "app.strategies" -> "app.strategies.__init__" [style=dotted, label="contains"];
-   "app.strategies.base" [label="app.strategies.base\\n54 LOC • 2 classes • 3 funcs"];
+   "app.strategies.base" [label="app.strategies.base\\n60 LOC • 2 classes • 3 funcs"];
  "app.strategies" -> "app.strategies.base" [style=dotted, label="contains"];
-   "app.strategies.base.StrategySignal" [shape=component, label="StrategySignal\n14 LOC"];
+   "app.strategies.base.StrategySignal" [shape=component, label="StrategySignal\n16 LOC"];
  "app.strategies.base" -> "app.strategies.base.StrategySignal" [label="class"];
-   "app.strategies.base.Strategy" [shape=component, label="Strategy\n11 LOC"];
+   "app.strategies.base.Strategy" [shape=component, label="Strategy\n12 LOC"];
  "app.strategies.base" -> "app.strategies.base.Strategy" [label="class"];
+   "app.strategies.density_strategy" [label="app.strategies.density_strategy\\n123 LOC • 1 classes • 5 funcs"];
+   "app.strategies" -> "app.strategies.density_strategy" [style=dotted, label="contains"];
+   "app.strategies.density_strategy.DensityStrategy" [shape=component, label="DensityStrategy\n82 LOC"];
+   "app.strategies.density_strategy" -> "app.strategies.density_strategy.DensityStrategy" [label="class"];
  "app.strategies.liquidity_reclaim" [label="app.strategies.liquidity_reclaim\\n128 LOC • 2 classes • 4 funcs"];
  "app.strategies" -> "app.strategies.liquidity_reclaim" [style=dotted, label="contains"];
  "app.strategies.liquidity_reclaim.MicroStopHuntReclaimStrategy" [shape=component, label="MicroStopHuntReclaimStrategy\n69 LOC"];
  "app.strategies.liquidity_reclaim" -> "app.strategies.liquidity_reclaim.MicroStopHuntReclaimStrategy" [label="class"];
  "app.strategies.liquidity_reclaim.FailedBreakoutFadeStrategy" [shape=component, label="FailedBreakoutFadeStrategy\n60 LOC"];
  "app.strategies.liquidity_reclaim" -> "app.strategies.liquidity_reclaim.FailedBreakoutFadeStrategy" [label="class"];
  "app.strategies.oi_pump" [label="app.strategies.oi_pump\\n120 LOC • 2 classes • 4 funcs"];
  "app.strategies" -> "app.strategies.oi_pump" [style=dotted, label="contains"];
  "app.strategies.oi_pump.OIPumpPriceMoveStrategy" [shape=component, label="OIPumpPriceMoveStrategy\n56 LOC"];
  "app.strategies.oi_pump" -> "app.strategies.oi_pump.OIPumpPriceMoveStrategy" [label="class"];
  "app.strategies.oi_pump.OIMomentumScalperStrategy" [shape=component, label="OIMomentumScalperStrategy\n60 LOC"];
  "app.strategies.oi_pump" -> "app.strategies.oi_pump.OIMomentumScalperStrategy" [label="class"];
-   "app.strategies.registry" [label="app.strategies.registry\\n86 LOC • 2 classes • 7 funcs"];
+   "app.strategies.registry" [label="app.strategies.registry\\n145 LOC • 2 classes • 8 funcs"];
  "app.strategies" -> "app.strategies.registry" [style=dotted, label="contains"];
-   "app.strategies.registry.StrategyDescriptor" [shape=component, label="StrategyDescriptor\n5 LOC"];
+   "app.strategies.registry.StrategyDescriptor" [shape=component, label="StrategyDescriptor\n7 LOC"];
  "app.strategies.registry" -> "app.strategies.registry.StrategyDescriptor" [label="class"];
-   "app.strategies.registry.StrategyRegistry" [shape=component, label="StrategyRegistry\n70 LOC"];
+   "app.strategies.registry.StrategyRegistry" [shape=component, label="StrategyRegistry\n105 LOC"];
  "app.strategies.registry" -> "app.strategies.registry.StrategyRegistry" [label="class"];
  "app.strategies.scalping_momentum" [label="app.strategies.scalping_momentum\\n53 LOC • 1 classes • 2 funcs"];
  "app.strategies" -> "app.strategies.scalping_momentum" [style=dotted, label="contains"];
  "app.strategies.scalping_momentum.TrendPullbackScalperStrategy" [shape=component, label="TrendPullbackScalperStrategy\n52 LOC"];
  "app.strategies.scalping_momentum" -> "app.strategies.scalping_momentum.TrendPullbackScalperStrategy" [label="class"];
  "app.strategies.stop_hunt" [label="app.strategies.stop_hunt\\n56 LOC • 1 classes • 2 funcs"];
  "app.strategies" -> "app.strategies.stop_hunt" [style=dotted, label="contains"];
  "app.strategies.stop_hunt.StopHuntSweepStrategy" [shape=component, label="StopHuntSweepStrategy\n54 LOC"];
  "app.strategies.stop_hunt" -> "app.strategies.stop_hunt.StopHuntSweepStrategy" [label="class"];
  "app.telegram.__init__" [label="app.telegram.__init__\\n1 LOC • 0 classes • 0 funcs"];
  "app.telegram" -> "app.telegram.__init__" [style=dotted, label="contains"];
  "app.telegram.bot" [label="app.telegram.bot\\n162 LOC • 1 classes • 10 funcs"];
  "app.telegram" -> "app.telegram.bot" [style=dotted, label="contains"];
  "app.telegram.bot.TelegramService" [shape=component, label="TelegramService\n156 LOC"];
  "app.telegram.bot" -> "app.telegram.bot.TelegramService" [label="class"];
  "app.telegram.charts" [label="app.telegram.charts\\n28 LOC • 0 classes • 3 funcs"];
  "app.telegram" -> "app.telegram.charts" [style=dotted, label="contains"];
-   "app.telegram.commands" [label="app.telegram.commands\\n783 LOC • 1 classes • 55 funcs"];
+   "app.telegram.commands" [label="app.telegram.commands\\n806 LOC • 1 classes • 55 funcs"];
  "app.telegram" -> "app.telegram.commands" [style=dotted, label="contains"];
  "app.telegram.commands.TelegramCommands" [shape=component, label="TelegramCommands\n727 LOC"];
  "app.telegram.commands" -> "app.telegram.commands.TelegramCommands" [label="class"];
  "app.telegram.formatters" [label="app.telegram.formatters\\n532 LOC • 1 classes • 42 funcs"];
  "app.telegram" -> "app.telegram.formatters" [style=dotted, label="contains"];
  "app.telegram.formatters.HeatRow" [shape=component, label="HeatRow\n9 LOC"];
  "app.telegram.formatters" -> "app.telegram.formatters.HeatRow" [label="class"];
-   "app.telegram.keyboards" [label="app.telegram.keyboards\\n298 LOC • 0 classes • 16 funcs"];
+   "app.telegram.keyboards" [label="app.telegram.keyboards\\n302 LOC • 0 classes • 16 funcs"];
  "app.telegram" -> "app.telegram.keyboards" [style=dotted, label="contains"];
  "app.utils.__init__" [label="app.utils.__init__\\n1 LOC • 0 classes • 0 funcs"];
  "app.utils" -> "app.utils.__init__" [style=dotted, label="contains"];
  "app.utils.math" [label="app.utils.math\\n17 LOC • 0 classes • 3 funcs"];
  "app.utils" -> "app.utils.math" [style=dotted, label="contains"];
  "app.utils.retry" [label="app.utils.retry\\n23 LOC • 0 classes • 1 funcs"];
  "app.utils" -> "app.utils.retry" [style=dotted, label="contains"];
  "app.utils.runtime" [label="app.utils.runtime\\n16 LOC • 0 classes • 2 funcs"];
  "app.utils" -> "app.utils.runtime" [style=dotted, label="contains"];
  "app.utils.time" [label="app.utils.time\\n8 LOC • 0 classes • 3 funcs"];
  "app.utils" -> "app.utils.time" [style=dotted, label="contains"];
  "app.web.__init__" [label="app.web.__init__\\n1 LOC • 0 classes • 0 funcs"];
  "app.web" -> "app.web.__init__" [style=dotted, label="contains"];
-   "app.web.api" [label="app.web.api\\n98 LOC • 0 classes • 16 funcs"];
+   "app.web.api" [label="app.web.api\\n140 LOC • 0 classes • 21 funcs"];
  "app.web" -> "app.web.api" [style=dotted, label="contains"];
-   "app.web.auth" [label="app.web.auth\\n23 LOC • 0 classes • 1 funcs"];
+   "app.web.auth" [label="app.web.auth\\n53 LOC • 1 classes • 9 funcs"];
  "app.web" -> "app.web.auth" [style=dotted, label="contains"];
-   "app.web.main" [label="app.web.main\\n110 LOC • 0 classes • 9 funcs"];
+   "app.web.auth._RedirectToLogin" [shape=component, label="_RedirectToLogin\n4 LOC"];
+   "app.web.auth" -> "app.web.auth._RedirectToLogin" [label="class"];
+   "app.web.main" [label="app.web.main\\n117 LOC • 0 classes • 9 funcs"];
  "app.web" -> "app.web.main" [style=dotted, label="contains"];
-   "app.web.routes" [label="app.web.routes\\n62 LOC • 0 classes • 8 funcs"];
+   "app.web.routes" [label="app.web.routes\\n119 LOC • 0 classes • 13 funcs"];
  "app.web" -> "app.web.routes" [style=dotted, label="contains"];
  "tests.test_backtesting" [label="tests.test_backtesting\\n44 LOC • 1 classes • 2 funcs"];
  "tests" -> "tests.test_backtesting" [style=dotted, label="contains"];
  "tests.test_backtesting.Candle" [shape=component, label="Candle\n6 LOC"];
  "tests.test_backtesting" -> "tests.test_backtesting.Candle" [label="class"];
  "tests.test_chart_links" [label="tests.test_chart_links\\n17 LOC • 0 classes • 2 funcs"];
  "tests" -> "tests.test_chart_links" [style=dotted, label="contains"];
  "tests.test_cpu_guards" [label="tests.test_cpu_guards\\n35 LOC • 2 classes • 6 funcs"];
  "tests" -> "tests.test_cpu_guards" [style=dotted, label="contains"];
  "tests.test_cpu_guards._FeatureStore" [shape=component, label="_FeatureStore\n9 LOC"];
  "tests.test_cpu_guards" -> "tests.test_cpu_guards._FeatureStore" [label="class"];
  "tests.test_cpu_guards.test_paper_price_update_skips_database_without_open_symbol._Database" [shape=component, label="_Database\n3 LOC"];
  "tests.test_cpu_guards" -> "tests.test_cpu_guards.test_paper_price_update_skips_database_without_open_symbol._Database" [label="class"];
+   "tests.test_density_strategy" [label="tests.test_density_strategy\\n114 LOC • 4 classes • 11 funcs"];
+   "tests" -> "tests.test_density_strategy" [style=dotted, label="contains"];
+   "tests.test_density_strategy._SessionContext" [shape=component, label="_SessionContext\n6 LOC"];
+   "tests.test_density_strategy" -> "tests.test_density_strategy._SessionContext" [label="class"];
+   "tests.test_density_strategy._DatabaseStub" [shape=component, label="_DatabaseStub\n3 LOC"];
+   "tests.test_density_strategy" -> "tests.test_density_strategy._DatabaseStub" [label="class"];
+   "tests.test_density_strategy._HistoricalRepoStub" [shape=component, label="_HistoricalRepoStub\n6 LOC"];
+   "tests.test_density_strategy" -> "tests.test_density_strategy._HistoricalRepoStub" [label="class"];
+   "tests.test_density_strategy._DensityRepoStub" [shape=component, label="_DensityRepoStub\n6 LOC"];
+   "tests.test_density_strategy" -> "tests.test_density_strategy._DensityRepoStub" [label="class"];
  "tests.test_multi_profile_paper" [label="tests.test_multi_profile_paper\\n61 LOC • 0 classes • 5 funcs"];
  "tests" -> "tests.test_multi_profile_paper" [style=dotted, label="contains"];
  "tests.test_outcomes" [label="tests.test_outcomes\\n34 LOC • 0 classes • 2 funcs"];
  "tests" -> "tests.test_outcomes" [style=dotted, label="contains"];
  "tests.test_paper_risk" [label="tests.test_paper_risk\\n45 LOC • 0 classes • 5 funcs"];
  "tests" -> "tests.test_paper_risk" [style=dotted, label="contains"];
  "tests.test_persistence_recovery" [label="tests.test_persistence_recovery\\n7 LOC • 0 classes • 1 funcs"];
  "tests" -> "tests.test_persistence_recovery" [style=dotted, label="contains"];
  "tests.test_scoring" [label="tests.test_scoring\\n40 LOC • 0 classes • 2 funcs"];
  "tests" -> "tests.test_scoring" [style=dotted, label="contains"];
  "tests.test_strategy_registry" [label="tests.test_strategy_registry\\n40 LOC • 0 classes • 3 funcs"];
  "tests" -> "tests.test_strategy_registry" [style=dotted, label="contains"];
  "tests.test_telegram_auth" [label="tests.test_telegram_auth\\n57 LOC • 2 classes • 7 funcs"];
  "tests" -> "tests.test_telegram_auth" [style=dotted, label="contains"];
  "tests.test_telegram_auth.test_callback_answers_before_background_processing.Query" [shape=component, label="Query\n7 LOC"];
  "tests.test_telegram_auth" -> "tests.test_telegram_auth.test_callback_answers_before_background_processing.Query" [label="class"];
  "tests.test_telegram_auth.test_callback_answers_before_background_processing.Application" [shape=component, label="Application\n3 LOC"];
  "tests.test_telegram_auth" -> "tests.test_telegram_auth.test_callback_answers_before_background_processing.Application" [label="class"];
-   "tests.test_web_dashboard" [label="tests.test_web_dashboard\\n141 LOC • 6 classes • 17 funcs"];
+   "tests.test_web_dashboard" [label="tests.test_web_dashboard\\n163 LOC • 6 classes • 20 funcs"];
  "tests" -> "tests.test_web_dashboard" [style=dotted, label="contains"];
  "tests.test_web_dashboard._StatusService" [shape=component, label="_StatusService\n19 LOC"];
  "tests.test_web_dashboard" -> "tests.test_web_dashboard._StatusService" [label="class"];
  "tests.test_web_dashboard._SignalService" [shape=component, label="_SignalService\n3 LOC"];
  "tests.test_web_dashboard" -> "tests.test_web_dashboard._SignalService" [label="class"];
  "tests.test_web_dashboard._PaperService" [shape=component, label="_PaperService\n6 LOC"];
  "tests.test_web_dashboard" -> "tests.test_web_dashboard._PaperService" [label="class"];
  "tests.test_web_dashboard._AnalyticsService" [shape=component, label="_AnalyticsService\n11 LOC"];
  "tests.test_web_dashboard" -> "tests.test_web_dashboard._AnalyticsService" [label="class"];
  "tests.test_web_dashboard._PerformanceService" [shape=component, label="_PerformanceService\n15 LOC"];
  "tests.test_web_dashboard" -> "tests.test_web_dashboard._PerformanceService" [label="class"];
  "tests.test_web_dashboard._StrategyLabService" [shape=component, label="_StrategyLabService\n18 LOC"];
  "tests.test_web_dashboard" -> "tests.test_web_dashboard._StrategyLabService" [label="class"];
  "tools.__init__" [label="tools.__init__\\n1 LOC • 0 classes • 0 funcs"];
  "tools" -> "tools.__init__" [style=dotted, label="contains"];
  "tools.architecture_review" [label="tools.architecture_review\\n559 LOC • 5 classes • 44 funcs"];
  "tools" -> "tools.architecture_review" [style=dotted, label="contains"];
  "tools.architecture_review.FunctionInfo" [shape=component, label="FunctionInfo\n8 LOC"];
  "tools.architecture_review" -> "tools.architecture_review.FunctionInfo" [label="class"];
  "tools.architecture_review.ClassInfo" [shape=component, label="ClassInfo\n7 LOC"];
  "tools.architecture_review" -> "tools.architecture_review.ClassInfo" [label="class"];
  "tools.architecture_review.ModuleInfo" [shape=component, label="ModuleInfo\n9 LOC"];
  "tools.architecture_review" -> "tools.architecture_review.ModuleInfo" [label="class"];
  "tools.architecture_review.Analysis" [shape=component, label="Analysis\n6 LOC"];
  "tools.architecture_review" -> "tools.architecture_review.Analysis" [label="class"];
  "tools.architecture_review.ModuleVisitor" [shape=component, label="ModuleVisitor\n90 LOC"];
  "tools.architecture_review" -> "tools.architecture_review.ModuleVisitor" [label="class"];
  "tools.backup_database" [label="tools.backup_database\\n22 LOC • 0 classes • 1 funcs"];
  "tools" -> "tools.backup_database" [style=dotted, label="contains"];
  "tools.download_history" [label="tools.download_history\\n27 LOC • 0 classes • 1 funcs"];
  "tools" -> "tools.download_history" [style=dotted, label="contains"];
  "tools.run_backtest" [label="tools.run_backtest\\n29 LOC • 0 classes • 1 funcs"];
  "tools" -> "tools.run_backtest" [style=dotted, label="contains"];
  "tools.run_jobs" [label="tools.run_jobs\\n16 LOC • 0 classes • 1 funcs"];
  "tools" -> "tools.run_jobs" [style=dotted, label="contains"];
  "tools.verify_persistence" [label="tools.verify_persistence\\n81 LOC • 0 classes • 3 funcs"];
  "tools" -> "tools.verify_persistence" [style=dotted, label="contains"];
}
